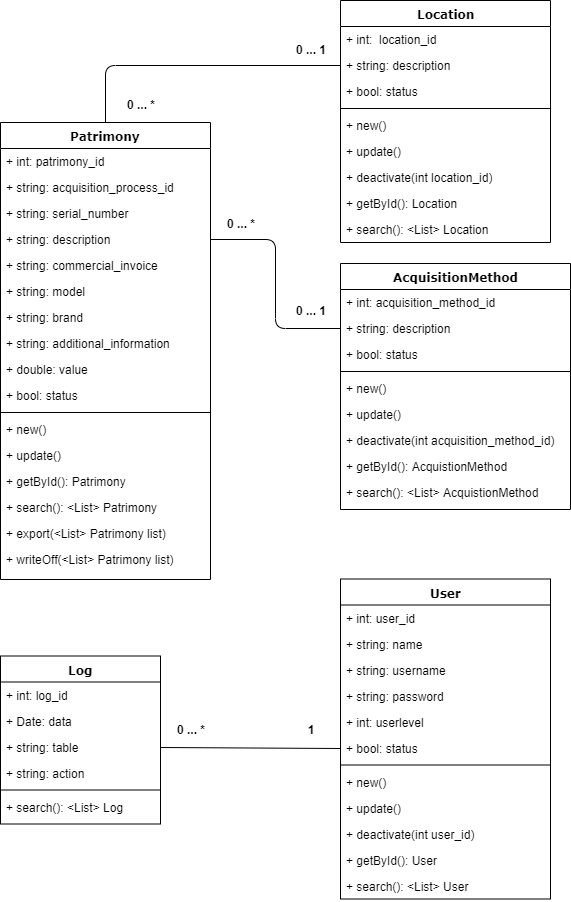
Before: Diagramas/Diagrama_de_Classe.png, a diagram exported from draw.io (gabrielfelicidade/patrimonio-docs). Source tidied: cells renumbered, new cells last; positions are measured from the earlier drawing's top-left corner, leaving out a move shared by most shapes.
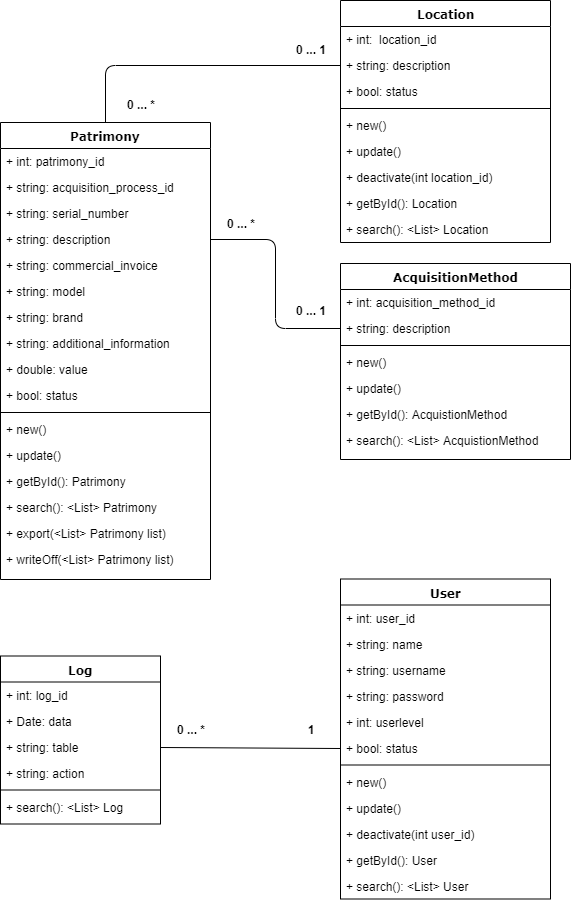
The same diagram one commit later.

Diff of the diagram source:
```diff
@@ -87,7 +87,7 @@
       <mxGeometry y="216" width="210" height="26" as="geometry" />
     </mxCell>
     <mxCell id="30" value="AcquisitionMethod" style="swimlane;html=1;fontStyle=1;align=center;verticalAlign=top;horizontal=1;startSize=26;swimlaneFillColor=#ffffff;rounded=0;shadow=0;comic=0;labelBackgroundColor=none;strokeColor=#000000;strokeWidth=1;fillColor=none;fontFamily=Verdana;fontSize=12;fontColor=#000000;" parent="1" vertex="1">
-      <mxGeometry x="340" y="263" width="230" height="246" as="geometry" />
+      <mxGeometry x="340" y="263" width="230" height="196" as="geometry" />
     </mxCell>
     <mxCell id="31" value="+ int: acquisition_method_id" style="text;html=1;strokeColor=none;fillColor=none;align=left;verticalAlign=top;spacingLeft=4;spacingRight=4;whiteSpace=wrap;overflow=hidden;" parent="30" vertex="1">
       <mxGeometry y="26" width="230" height="26" as="geometry" />
@@ -95,26 +95,20 @@
     <mxCell id="32" value="+ string: description" style="text;html=1;strokeColor=none;fillColor=none;align=left;verticalAlign=top;spacingLeft=4;spacingRight=4;whiteSpace=wrap;overflow=hidden;points=[[0,0.5],[1,0.5]];portConstraint=eastwest;" parent="30" vertex="1">
       <mxGeometry y="52" width="230" height="26" as="geometry" />
     </mxCell>
-    <mxCell id="33" value="+ bool: status" style="text;html=1;strokeColor=none;fillColor=none;align=left;verticalAlign=top;spacingLeft=4;spacingRight=4;whiteSpace=wrap;overflow=hidden;" parent="30" vertex="1">
-      <mxGeometry y="78" width="230" height="26" as="geometry" />
-    </mxCell>
     <mxCell id="34" style="line;html=1;strokeWidth=1;fillColor=none;align=left;verticalAlign=middle;spacingTop=-1;spacingLeft=3;spacingRight=3;labelPosition=right;" parent="30" vertex="1">
-      <mxGeometry y="104" width="230" height="8" as="geometry" />
+      <mxGeometry y="78" width="230" height="8" as="geometry" />
     </mxCell>
     <mxCell id="35" value="+ new()" style="text;html=1;strokeColor=none;fillColor=none;align=left;verticalAlign=top;spacingLeft=4;spacingRight=4;whiteSpace=wrap;overflow=hidden;" parent="30" vertex="1">
-      <mxGeometry y="112" width="230" height="26" as="geometry" />
+      <mxGeometry y="86" width="230" height="26" as="geometry" />
     </mxCell>
     <mxCell id="36" value="+ update()" style="text;html=1;strokeColor=none;fillColor=none;align=left;verticalAlign=top;spacingLeft=4;spacingRight=4;whiteSpace=wrap;overflow=hidden;" parent="30" vertex="1">
-      <mxGeometry y="138" width="230" height="26" as="geometry" />
+      <mxGeometry y="112" width="230" height="26" as="geometry" />
     </mxCell>
-    <mxCell id="37" value="+ deactivate(int acquisition_method_id)&amp;nbsp;" style="text;html=1;strokeColor=none;fillColor=none;align=left;verticalAlign=top;spacingLeft=4;spacingRight=4;whiteSpace=wrap;overflow=hidden;" parent="30" vertex="1">
-      <mxGeometry y="164" width="230" height="26" as="geometry" />
-    </mxCell>
     <mxCell id="38" value="+ getById(): AcquistionMethod" style="text;html=1;strokeColor=none;fillColor=none;align=left;verticalAlign=top;spacingLeft=4;spacingRight=4;whiteSpace=wrap;overflow=hidden;" parent="30" vertex="1">
-      <mxGeometry y="190" width="230" height="26" as="geometry" />
+      <mxGeometry y="138" width="230" height="26" as="geometry" />
     </mxCell>
     <mxCell id="39" value="+ search(): &amp;lt;List&amp;gt; AcquistionMethod" style="text;html=1;strokeColor=none;fillColor=none;align=left;verticalAlign=top;spacingLeft=4;spacingRight=4;whiteSpace=wrap;overflow=hidden;" parent="30" vertex="1">
-      <mxGeometry y="216" width="230" height="26" as="geometry" />
+      <mxGeometry y="164" width="230" height="26" as="geometry" />
     </mxCell>
     <mxCell id="40" value="Log" style="swimlane;html=1;fontStyle=1;align=center;verticalAlign=top;horizontal=1;startSize=26;swimlaneFillColor=#ffffff;rounded=0;shadow=0;comic=0;labelBackgroundColor=none;strokeColor=#000000;strokeWidth=1;fillColor=none;fontFamily=Verdana;fontSize=12;fontColor=#000000;" parent="1" vertex="1">
       <mxGeometry y="655.5" width="160" height="168" as="geometry" />
```
